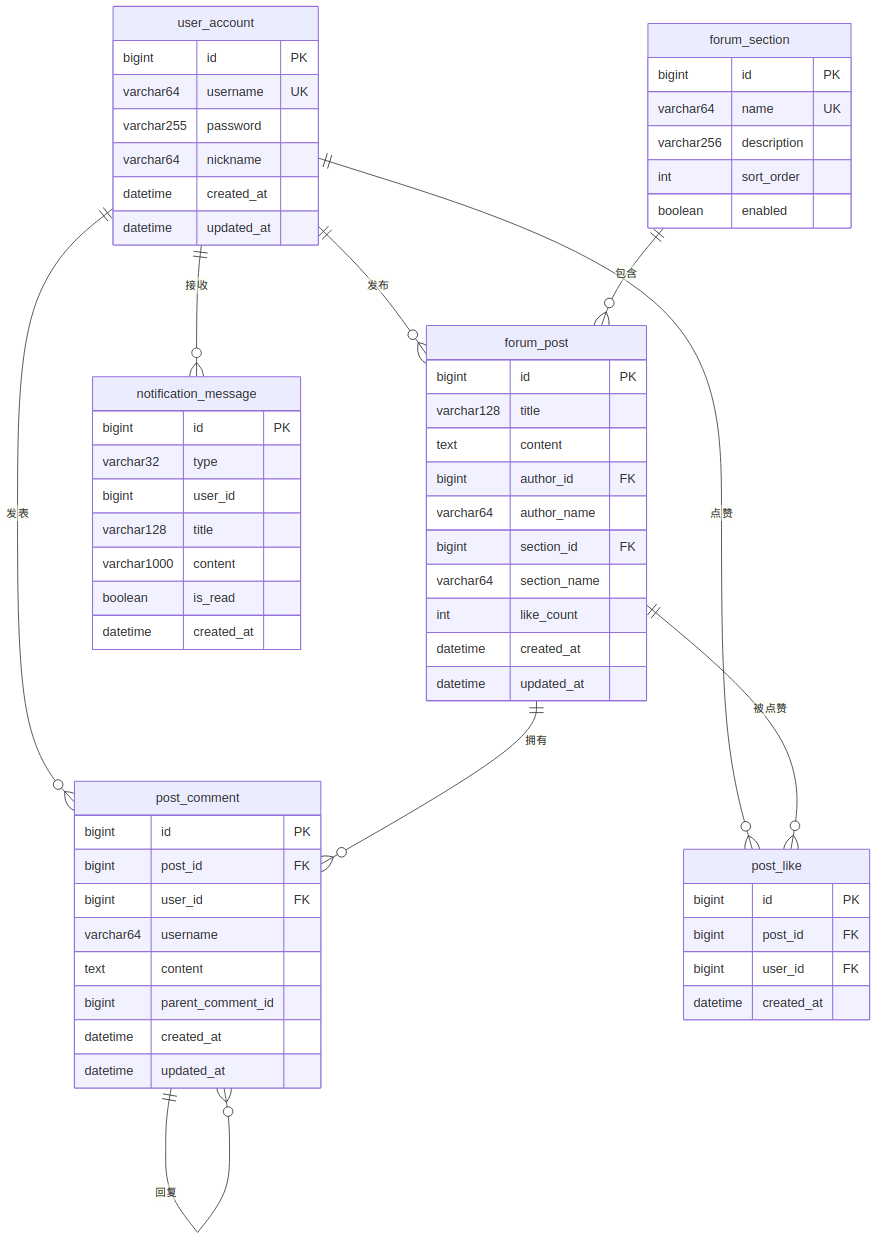
Above: docs/diagrams/fig4-4-er-diagram.png in Wkjlovec/graduation_project_zhuang (Mermaid), before the change. Its source is kept beside it as docs/diagrams/fig4-4-er-diagram.mmd.
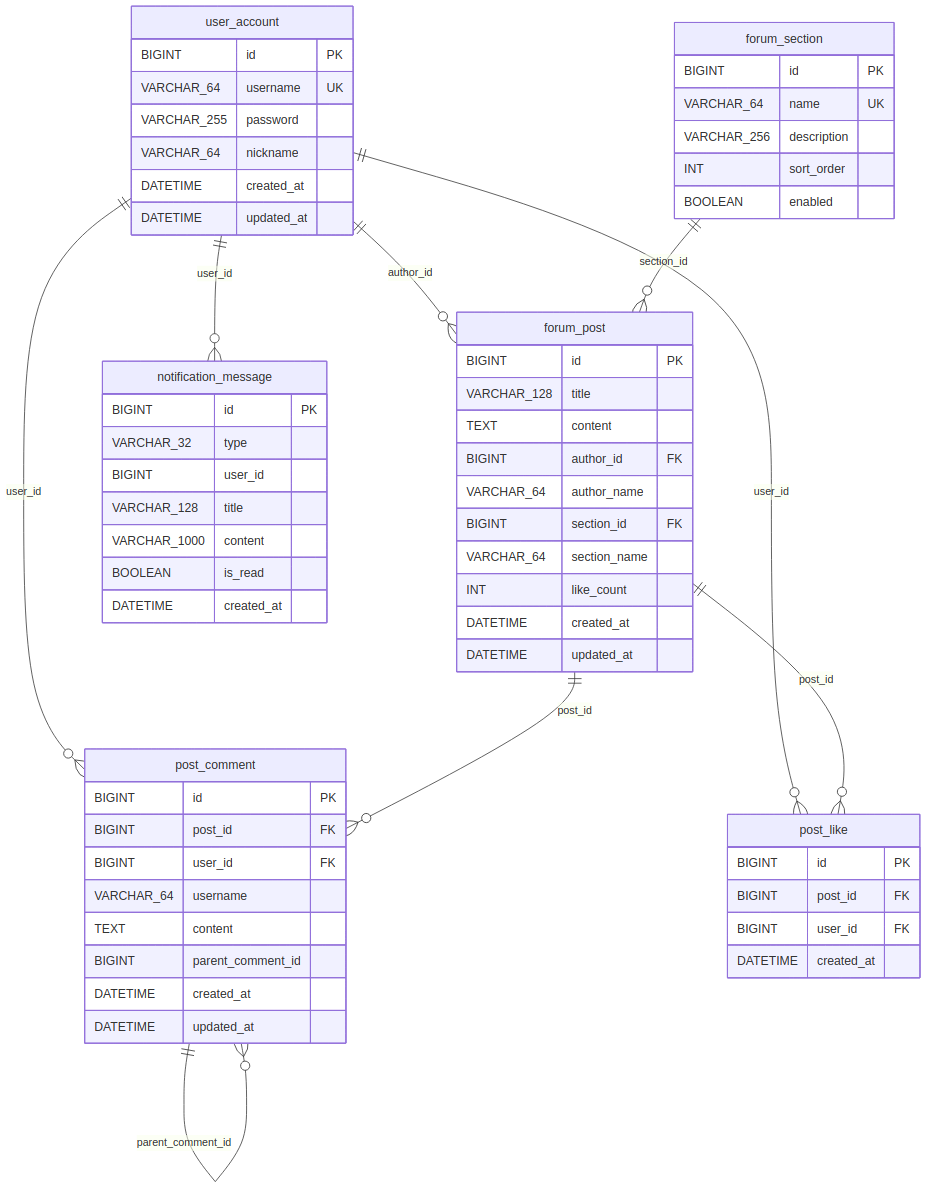
The same diagram one commit later.

Commit message:
docs: 图4-1改为无交叉部署图(数据层标注在节点内), 图4-4 ER图改为方正直角样式

What changed in the source:
```diff
@@ -1,62 +1,61 @@
 erDiagram
     user_account {
-        bigint id PK
-        varchar64 username UK
-        varchar255 password
-        varchar64 nickname
-        datetime created_at
-        datetime updated_at
+        BIGINT id PK
+        VARCHAR_64 username UK
+        VARCHAR_255 password
+        VARCHAR_64 nickname
+        DATETIME created_at
+        DATETIME updated_at
     }
     forum_section {
-        bigint id PK
-        varchar64 name UK
-        varchar256 description
-        int sort_order
-        boolean enabled
+        BIGINT id PK
+        VARCHAR_64 name UK
+        VARCHAR_256 description
+        INT sort_order
+        BOOLEAN enabled
     }
     forum_post {
-        bigint id PK
-        varchar128 title
-        text content
-        bigint author_id FK
-        varchar64 author_name
-        bigint section_id FK
-        varchar64 section_name
-        int like_count
-        datetime created_at
-        datetime updated_at
+        BIGINT id PK
+        VARCHAR_128 title
+        TEXT content
+        BIGINT author_id FK
+        VARCHAR_64 author_name
+        BIGINT section_id FK
+        VARCHAR_64 section_name
+        INT like_count
+        DATETIME created_at
+        DATETIME updated_at
     }
     post_comment {
-        bigint id PK
-        bigint post_id FK
-        bigint user_id FK
-        varchar64 username
-        text content
-        bigint parent_comment_id
-        datetime created_at
-        datetime updated_at
+        BIGINT id PK
+        BIGINT post_id FK
+        BIGINT user_id FK
+        VARCHAR_64 username
+        TEXT content
+        BIGINT parent_comment_id
+        DATETIME created_at
+        DATETIME updated_at
     }
     post_like {
-        bigint id PK
-        bigint post_id FK
-        bigint user_id FK
-        datetime created_at
+        BIGINT id PK
+        BIGINT post_id FK
+        BIGINT user_id FK
+        DATETIME created_at
     }
     notification_message {
-        bigint id PK
-        varchar32 type
-        bigint user_id
-        varchar128 title
-        varchar1000 content
-        boolean is_read
-        datetime created_at
+        BIGINT id PK
+        VARCHAR_32 type
+        BIGINT user_id
+        VARCHAR_128 title
+        VARCHAR_1000 content
+        BOOLEAN is_read
+        DATETIME created_at
     }
-
-    user_account ||--o{ forum_post : "发布"
-    user_account ||--o{ post_comment : "发表"
-    user_account ||--o{ post_like : "点赞"
-    forum_section ||--o{ forum_post : "包含"
-    forum_post ||--o{ post_comment : "拥有"
-    forum_post ||--o{ post_like : "被点赞"
-    post_comment ||--o{ post_comment : "回复"
-    user_account ||--o{ notification_message : "接收"
+    user_account ||--o{ forum_post : "author_id"
+    user_account ||--o{ post_comment : "user_id"
+    user_account ||--o{ post_like : "user_id"
+    user_account ||--o{ notification_message : "user_id"
+    forum_section ||--o{ forum_post : "section_id"
+    forum_post ||--o{ post_comment : "post_id"
+    forum_post ||--o{ post_like : "post_id"
+    post_comment ||--o{ post_comment : "parent_comment_id"
```
